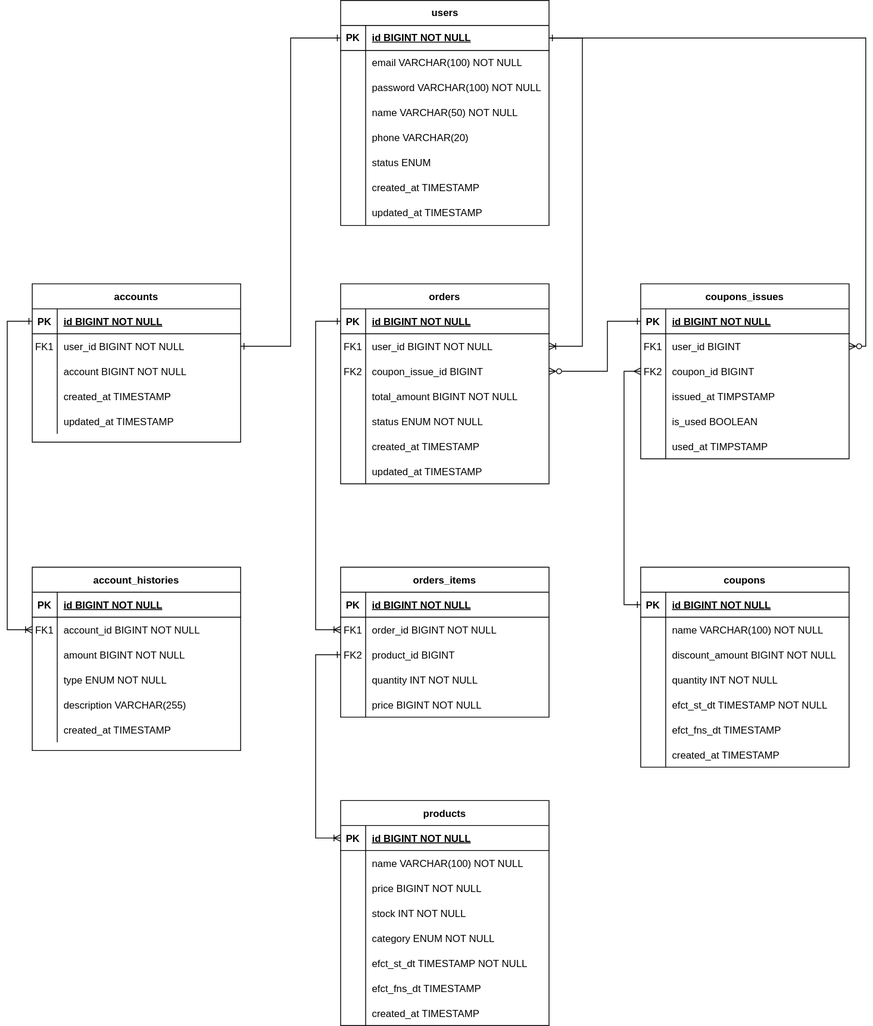
teddy924/hhPlusRepo keeps this draw.io diagram as hhplus-server-java/docs/ERD/camping-ecommerce-erd.drawio.svg. Above is the earlier version. Source tidied: cells renumbered, new cells last; positions are measured from the earlier drawing's top-left corner, leaving out a move shared by most shapes.
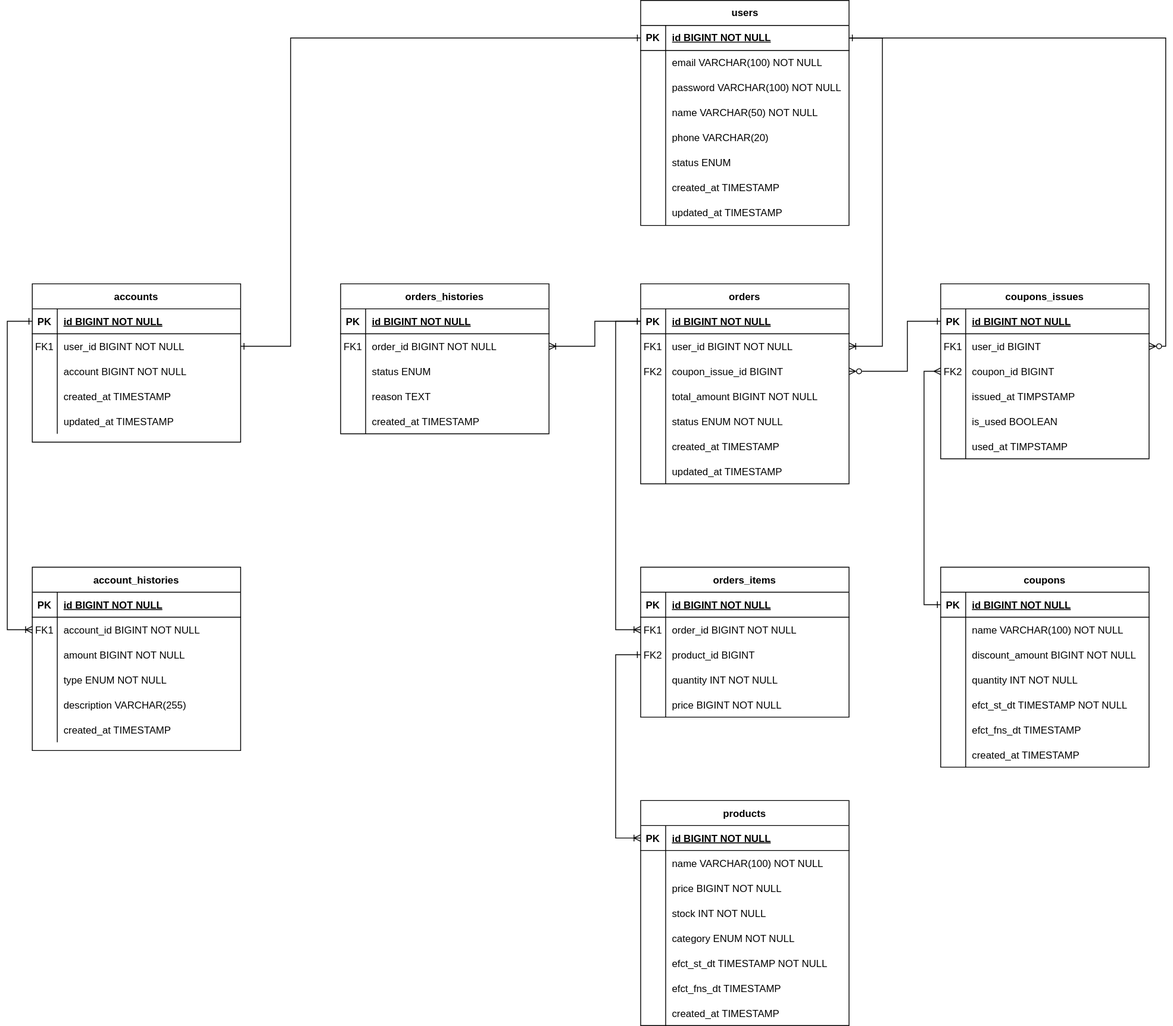
After the change.

Commit message:
서버구축 - 요구사항 분석 및 설계 - ERD 작성 - 주문 이력 추가

Change to the diagram source:
```diff
@@ -3,7 +3,7 @@
     <mxCell id="0" />
     <mxCell id="1" parent="0" />
     <mxCell id="2" value="accounts" style="shape=table;startSize=30;rowLines=0;fontStyle=1;align=center;" parent="1" vertex="1">
-      <mxGeometry x="30" y="340" width="250" height="190" as="geometry" />
+      <mxGeometry x="-330" y="340" width="250" height="190" as="geometry" />
     </mxCell>
     <mxCell id="3" style="shape=partialRectangle;fillColor=none;points=[[0,0.5],[1,0.5]];portConstraint=eastwest;top=0;left=0;right=0;bottom=1;" parent="2" vertex="1">
       <mxGeometry y="30" width="250" height="30" as="geometry" />
@@ -51,7 +51,7 @@
       <mxGeometry x="30" width="220" height="30" as="geometry" />
     </mxCell>
     <mxCell id="18" value="account_histories" style="shape=table;startSize=30;rowLines=0;fontStyle=1;align=center;" parent="1" vertex="1">
-      <mxGeometry x="30" y="680" width="250" height="220" as="geometry" />
+      <mxGeometry x="-330" y="680" width="250" height="220" as="geometry" />
     </mxCell>
     <mxCell id="19" style="shape=partialRectangle;fillColor=none;top=0;left=0;right=0;bottom=1;" parent="18" vertex="1">
       <mxGeometry y="30" width="250" height="30" as="geometry" />
@@ -108,7 +108,7 @@
       <mxGeometry x="30" width="220" height="30" as="geometry" />
     </mxCell>
     <mxCell id="37" style="shape=partialRectangle;overflow=hidden;fillColor=none;top=0;left=0;bottom=0;right=0;" parent="1" vertex="1">
-      <mxGeometry x="80" y="170" width="30" height="30" as="geometry" />
+      <mxGeometry x="-280" y="170" width="30" height="30" as="geometry" />
     </mxCell>
     <mxCell id="38" value="orders" style="shape=table;startSize=30;rowLines=0;fontStyle=1;align=center;" parent="1" vertex="1">
       <mxGeometry x="400" y="340" width="250" height="240" as="geometry" />
@@ -498,7 +498,12 @@
       <mxGeometry x="30" width="220" height="30" as="geometry" />
     </mxCell>
     <mxCell id="167" style="edgeStyle=orthogonalEdgeStyle;rounded=0;jettySize=auto;html=1;exitX=1;exitY=0.5;exitDx=0;exitDy=0;entryX=0;entryY=0.5;entryDx=0;entryDy=0;startArrow=ERone;startFill=0;endArrow=ERone;endFill=0;" parent="1" edge="1" source="6" target="61">
-      <mxGeometry relative="1" as="geometry" />
+      <mxGeometry relative="1" as="geometry">
+        <Array as="points">
+          <mxPoint x="-20" y="415" />
+          <mxPoint x="-20" y="45" />
+        </Array>
+      </mxGeometry>
     </mxCell>
     <mxCell id="168" style="edgeStyle=orthogonalEdgeStyle;rounded=0;jettySize=auto;html=1;exitX=1;exitY=0.5;exitDx=0;exitDy=0;entryX=0;entryY=0.5;entryDx=0;entryDy=0;endArrow=ERone;endFill=0;startArrow=ERzeroToMany;startFill=0;" parent="1" edge="1" source="45" target="149">
       <mxGeometry relative="1" as="geometry">
@@ -538,13 +543,64 @@
     <mxCell id="173" style="edgeStyle=orthogonalEdgeStyle;rounded=0;jettySize=auto;html=1;exitX=0;exitY=0.5;exitDx=0;exitDy=0;entryX=0;entryY=0.5;entryDx=0;entryDy=0;startArrow=ERoneToMany;startFill=0;endArrow=ERone;endFill=0;" parent="1" edge="1" source="22" target="3">
       <mxGeometry relative="1" as="geometry">
         <Array as="points">
-          <mxPoint y="755" />
-          <mxPoint y="385" />
+          <mxPoint x="-360" y="755" />
+          <mxPoint x="-360" y="385" />
         </Array>
       </mxGeometry>
     </mxCell>
     <mxCell id="174" style="edgeStyle=orthogonalEdgeStyle;rounded=0;jettySize=auto;html=1;exitX=0;exitY=0.5;exitDx=0;exitDy=0;entryX=0;entryY=0.5;entryDx=0;entryDy=0;startArrow=ERmany;startFill=0;endArrow=ERone;endFill=0;" parent="1" edge="1" source="155" target="127">
       <mxGeometry relative="1" as="geometry" />
     </mxCell>
+    <mxCell id="175" value="orders_histories" style="shape=table;startSize=30;rowLines=0;fontStyle=1;align=center;" parent="1" vertex="1">
+      <mxGeometry x="40" y="340" width="250" height="180" as="geometry" />
+    </mxCell>
+    <mxCell id="176" style="shape=partialRectangle;fillColor=none;top=0;left=0;right=0;bottom=1;" parent="175" vertex="1">
+      <mxGeometry y="30" width="250" height="30" as="geometry" />
+    </mxCell>
+    <mxCell id="177" value="PK" style="shape=partialRectangle;overflow=hidden;fillColor=none;top=0;left=0;bottom=0;right=0;fontStyle=1;" parent="176" vertex="1">
+      <mxGeometry width="30" height="30" as="geometry" />
+    </mxCell>
+    <mxCell id="178" value="id BIGINT NOT NULL" style="shape=partialRectangle;overflow=hidden;fillColor=none;top=0;left=0;bottom=0;right=0;align=left;spacingLeft=6;fontStyle=5;" parent="176" vertex="1">
+      <mxGeometry x="30" width="220" height="30" as="geometry" />
+    </mxCell>
+    <mxCell id="179" style="shape=partialRectangle;fillColor=none;points=[[0,0.5],[1,0.5]];portConstraint=eastwest;top=0;left=0;right=0;bottom=0;" parent="175" vertex="1">
+      <mxGeometry y="60" width="250" height="30" as="geometry" />
+    </mxCell>
+    <mxCell id="180" value="FK1" style="shape=partialRectangle;overflow=hidden;fillColor=none;top=0;left=0;bottom=0;right=0;" parent="179" vertex="1">
+      <mxGeometry width="30" height="30" as="geometry" />
+    </mxCell>
+    <mxCell id="181" value="order_id BIGINT NOT NULL" style="shape=partialRectangle;overflow=hidden;fillColor=none;top=0;left=0;bottom=0;right=0;align=left;spacingLeft=6;" parent="179" vertex="1">
+      <mxGeometry x="30" width="220" height="30" as="geometry" />
+    </mxCell>
+    <mxCell id="182" style="shape=partialRectangle;fillColor=none;top=0;left=0;right=0;bottom=0;" parent="175" vertex="1">
+      <mxGeometry y="90" width="250" height="30" as="geometry" />
+    </mxCell>
+    <mxCell id="183" style="shape=partialRectangle;overflow=hidden;fillColor=none;top=0;left=0;bottom=0;right=0;" parent="182" vertex="1">
+      <mxGeometry width="30" height="30" as="geometry" />
+    </mxCell>
+    <mxCell id="184" value="status ENUM" style="shape=partialRectangle;overflow=hidden;fillColor=none;top=0;left=0;bottom=0;right=0;align=left;spacingLeft=6;" parent="182" vertex="1">
+      <mxGeometry x="30" width="220" height="30" as="geometry" />
+    </mxCell>
+    <mxCell id="185" style="shape=partialRectangle;fillColor=none;top=0;left=0;right=0;bottom=0;" parent="175" vertex="1">
+      <mxGeometry y="120" width="250" height="30" as="geometry" />
+    </mxCell>
+    <mxCell id="186" style="shape=partialRectangle;overflow=hidden;fillColor=none;top=0;left=0;bottom=0;right=0;" parent="185" vertex="1">
+      <mxGeometry width="30" height="30" as="geometry" />
+    </mxCell>
+    <mxCell id="187" value="reason TEXT" style="shape=partialRectangle;overflow=hidden;fillColor=none;top=0;left=0;bottom=0;right=0;align=left;spacingLeft=6;" parent="185" vertex="1">
+      <mxGeometry x="30" width="220" height="30" as="geometry" />
+    </mxCell>
+    <mxCell id="188" style="shape=partialRectangle;fillColor=none;top=0;left=0;right=0;bottom=0;" parent="175" vertex="1">
+      <mxGeometry y="150" width="250" height="30" as="geometry" />
+    </mxCell>
+    <mxCell id="189" style="shape=partialRectangle;overflow=hidden;fillColor=none;top=0;left=0;bottom=0;right=0;" parent="188" vertex="1">
+      <mxGeometry width="30" height="30" as="geometry" />
+    </mxCell>
+    <mxCell id="190" value="created_at TIMESTAMP" style="shape=partialRectangle;overflow=hidden;fillColor=none;top=0;left=0;bottom=0;right=0;align=left;spacingLeft=6;" parent="188" vertex="1">
+      <mxGeometry x="30" width="220" height="30" as="geometry" />
+    </mxCell>
+    <mxCell id="191" style="edgeStyle=orthogonalEdgeStyle;rounded=0;jettySize=auto;html=1;exitX=1;exitY=0.5;exitDx=0;exitDy=0;entryX=0;entryY=0.5;entryDx=0;entryDy=0;endArrow=ERone;endFill=0;startArrow=ERoneToMany;startFill=0;" parent="1" edge="1" source="179" target="39">
+      <mxGeometry relative="1" as="geometry" />
+    </mxCell>
   </root>
 </mxGraphModel>
```
